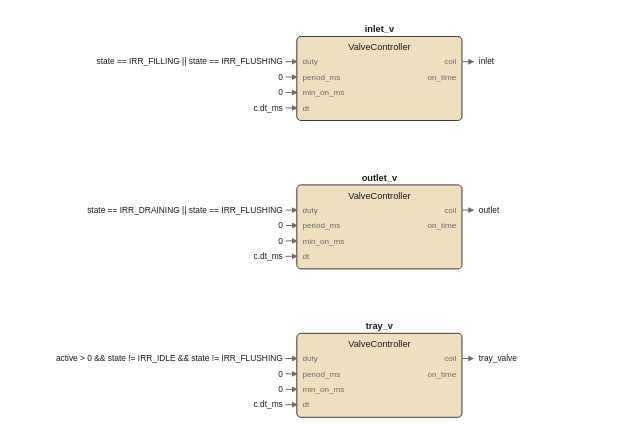
pstch/botanik2 keeps this draw.io diagram as images/logic/irr_valves_fbd.drawio.svg. Above is the earlier version. Source tidied: cells renumbered, new cells last; positions are measured from the earlier drawing's top-left corner, leaving out a move shared by most shapes.
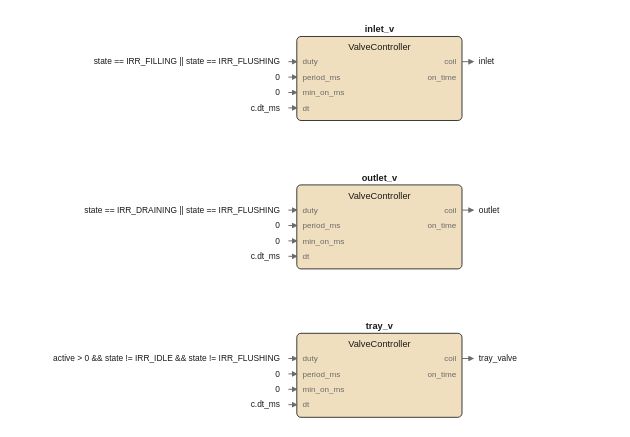
Above is the later version.

Diff of the diagram source:
```diff
@@ -83,27 +83,24 @@
     <mxCell id="28" value="on_time" style="text;html=1;whiteSpace=nowrap;fontSize=6;fontColor=#6b6b6b;align=right;verticalAlign=middle;" parent="1" vertex="1">
       <mxGeometry x="286.7" y="246.6" width="26.3" height="9.8" as="geometry" />
     </mxCell>
-    <mxCell id="29" style="edgeStyle=none;html=1;strokeColor=#6b6b6b;endArrow=block;" parent="1" edge="1">
+    <mxCell id="29" style="edgeStyle=none;html=1;strokeColor=#6b6b6b;endArrow=block;exitX=1;exitY=0.3;exitDx=0;exitDy=0;" parent="1" edge="1" source="2">
       <mxGeometry relative="1" as="geometry">
-        <mxPoint x="317" y="28" as="sourcePoint" />
         <mxPoint x="325" y="28" as="targetPoint" />
       </mxGeometry>
     </mxCell>
     <mxCell id="30" value="inlet" style="text;html=1;whiteSpace=nowrap;fontSize=6;fontColor=#1a1a1a;align=left;verticalAlign=middle;" parent="1" vertex="1">
       <mxGeometry x="329" y="23.5" width="20.5" height="10" as="geometry" />
     </mxCell>
-    <mxCell id="31" style="edgeStyle=none;html=1;strokeColor=#6b6b6b;endArrow=block;" parent="1" edge="1">
+    <mxCell id="31" style="edgeStyle=none;html=1;strokeColor=#6b6b6b;endArrow=block;exitX=1;exitY=0.3;exitDx=0;exitDy=0;" parent="1" edge="1" source="11">
       <mxGeometry relative="1" as="geometry">
-        <mxPoint x="317" y="134" as="sourcePoint" />
         <mxPoint x="325" y="134" as="targetPoint" />
       </mxGeometry>
     </mxCell>
     <mxCell id="32" value="outlet" style="text;html=1;whiteSpace=nowrap;fontSize=6;fontColor=#1a1a1a;align=left;verticalAlign=middle;" parent="1" vertex="1">
       <mxGeometry x="329" y="129.5" width="23.8" height="10" as="geometry" />
     </mxCell>
-    <mxCell id="33" style="edgeStyle=none;html=1;strokeColor=#6b6b6b;endArrow=block;" parent="1" edge="1">
+    <mxCell id="33" style="edgeStyle=none;html=1;strokeColor=#6b6b6b;endArrow=block;exitX=1;exitY=0.3;exitDx=0;exitDy=0;" parent="1" edge="1" source="20">
       <mxGeometry relative="1" as="geometry">
-        <mxPoint x="317" y="240" as="sourcePoint" />
         <mxPoint x="325" y="240" as="targetPoint" />
       </mxGeometry>
     </mxCell>
@@ -111,111 +108,99 @@
       <mxGeometry x="329" y="235.5" width="37" height="10" as="geometry" />
     </mxCell>
     <mxCell id="35" value="state == IRR_FILLING || state == IRR_FLUSHING" style="text;html=1;whiteSpace=nowrap;fontSize=6;fontColor=#1a1a1a;align=right;verticalAlign=middle;" parent="1" vertex="1">
-      <mxGeometry x="36.5" y="23.5" width="152.5" height="10" as="geometry" />
+      <mxGeometry x="34.5" y="23.5" width="152.5" height="10" as="geometry" />
     </mxCell>
-    <mxCell id="36" style="edgeStyle=none;html=1;strokeColor=#6b6b6b;endArrow=block;" parent="1" edge="1">
+    <mxCell id="36" style="edgeStyle=none;html=1;strokeColor=#6b6b6b;endArrow=block;entryX=0;entryY=0.3;entryDx=0;entryDy=0;" parent="1" edge="1" target="2">
       <mxGeometry relative="1" as="geometry">
-        <mxPoint x="191" y="28" as="sourcePoint" />
-        <mxPoint x="199" y="28" as="targetPoint" />
+        <mxPoint x="193" y="28" as="sourcePoint" />
       </mxGeometry>
     </mxCell>
     <mxCell id="37" value="0" style="text;html=1;whiteSpace=nowrap;fontSize=6;fontColor=#1a1a1a;align=right;verticalAlign=middle;" parent="1" vertex="1">
-      <mxGeometry x="169" y="34.5" width="20" height="10" as="geometry" />
+      <mxGeometry x="167" y="34.5" width="20" height="10" as="geometry" />
     </mxCell>
-    <mxCell id="38" style="edgeStyle=none;html=1;strokeColor=#6b6b6b;endArrow=block;" parent="1" edge="1">
+    <mxCell id="38" style="edgeStyle=none;html=1;strokeColor=#6b6b6b;endArrow=block;entryX=0;entryY=0.4833;entryDx=0;entryDy=0;" parent="1" edge="1" target="2">
       <mxGeometry relative="1" as="geometry">
-        <mxPoint x="191" y="39" as="sourcePoint" />
-        <mxPoint x="199" y="39" as="targetPoint" />
+        <mxPoint x="193" y="39" as="sourcePoint" />
       </mxGeometry>
     </mxCell>
     <mxCell id="39" value="0" style="text;html=1;whiteSpace=nowrap;fontSize=6;fontColor=#1a1a1a;align=right;verticalAlign=middle;" parent="1" vertex="1">
-      <mxGeometry x="169" y="45.5" width="20" height="10" as="geometry" />
+      <mxGeometry x="167" y="45.5" width="20" height="10" as="geometry" />
     </mxCell>
-    <mxCell id="40" style="edgeStyle=none;html=1;strokeColor=#6b6b6b;endArrow=block;" parent="1" edge="1">
+    <mxCell id="40" style="edgeStyle=none;html=1;strokeColor=#6b6b6b;endArrow=block;entryX=0;entryY=0.6667;entryDx=0;entryDy=0;" parent="1" edge="1" target="2">
       <mxGeometry relative="1" as="geometry">
-        <mxPoint x="191" y="50" as="sourcePoint" />
-        <mxPoint x="199" y="50" as="targetPoint" />
+        <mxPoint x="193" y="50" as="sourcePoint" />
       </mxGeometry>
     </mxCell>
     <mxCell id="41" value="c.dt_ms" style="text;html=1;whiteSpace=nowrap;fontSize=6;fontColor=#1a1a1a;align=right;verticalAlign=middle;" parent="1" vertex="1">
-      <mxGeometry x="161.9" y="56.5" width="27.1" height="10" as="geometry" />
+      <mxGeometry x="159.9" y="56.5" width="27.1" height="10" as="geometry" />
     </mxCell>
-    <mxCell id="42" style="edgeStyle=none;html=1;strokeColor=#6b6b6b;endArrow=block;" parent="1" edge="1">
+    <mxCell id="42" style="edgeStyle=none;html=1;strokeColor=#6b6b6b;endArrow=block;entryX=0;entryY=0.85;entryDx=0;entryDy=0;" parent="1" edge="1" target="2">
       <mxGeometry relative="1" as="geometry">
-        <mxPoint x="191" y="61" as="sourcePoint" />
-        <mxPoint x="199" y="61" as="targetPoint" />
+        <mxPoint x="193" y="61" as="sourcePoint" />
       </mxGeometry>
     </mxCell>
     <mxCell id="43" value="state == IRR_DRAINING || state == IRR_FLUSHING" style="text;html=1;whiteSpace=nowrap;fontSize=6;fontColor=#1a1a1a;align=right;verticalAlign=middle;" parent="1" vertex="1">
-      <mxGeometry x="33.2" y="129.5" width="155.8" height="10" as="geometry" />
+      <mxGeometry x="31.2" y="129.5" width="155.8" height="10" as="geometry" />
     </mxCell>
-    <mxCell id="44" style="edgeStyle=none;html=1;strokeColor=#6b6b6b;endArrow=block;" parent="1" edge="1">
+    <mxCell id="44" style="edgeStyle=none;html=1;strokeColor=#6b6b6b;endArrow=block;entryX=0;entryY=0.3;entryDx=0;entryDy=0;" parent="1" edge="1" target="11">
       <mxGeometry relative="1" as="geometry">
-        <mxPoint x="191" y="134" as="sourcePoint" />
-        <mxPoint x="199" y="134" as="targetPoint" />
+        <mxPoint x="193" y="134" as="sourcePoint" />
       </mxGeometry>
     </mxCell>
     <mxCell id="45" value="0" style="text;html=1;whiteSpace=nowrap;fontSize=6;fontColor=#1a1a1a;align=right;verticalAlign=middle;" parent="1" vertex="1">
-      <mxGeometry x="169" y="140.5" width="20" height="10" as="geometry" />
+      <mxGeometry x="167" y="140.5" width="20" height="10" as="geometry" />
     </mxCell>
-    <mxCell id="46" style="edgeStyle=none;html=1;strokeColor=#6b6b6b;endArrow=block;" parent="1" edge="1">
+    <mxCell id="46" style="edgeStyle=none;html=1;strokeColor=#6b6b6b;endArrow=block;entryX=0;entryY=0.4833;entryDx=0;entryDy=0;" parent="1" edge="1" target="11">
       <mxGeometry relative="1" as="geometry">
-        <mxPoint x="191" y="145" as="sourcePoint" />
-        <mxPoint x="199" y="145" as="targetPoint" />
+        <mxPoint x="193" y="145" as="sourcePoint" />
       </mxGeometry>
     </mxCell>
     <mxCell id="47" value="0" style="text;html=1;whiteSpace=nowrap;fontSize=6;fontColor=#1a1a1a;align=right;verticalAlign=middle;" parent="1" vertex="1">
-      <mxGeometry x="169" y="151.5" width="20" height="10" as="geometry" />
+      <mxGeometry x="167" y="151.5" width="20" height="10" as="geometry" />
     </mxCell>
-    <mxCell id="48" style="edgeStyle=none;html=1;strokeColor=#6b6b6b;endArrow=block;" parent="1" edge="1">
+    <mxCell id="48" style="edgeStyle=none;html=1;strokeColor=#6b6b6b;endArrow=block;entryX=0;entryY=0.6667;entryDx=0;entryDy=0;" parent="1" edge="1" target="11">
       <mxGeometry relative="1" as="geometry">
-        <mxPoint x="191" y="156" as="sourcePoint" />
-        <mxPoint x="199" y="156" as="targetPoint" />
+        <mxPoint x="193" y="156" as="sourcePoint" />
       </mxGeometry>
     </mxCell>
     <mxCell id="49" value="c.dt_ms" style="text;html=1;whiteSpace=nowrap;fontSize=6;fontColor=#1a1a1a;align=right;verticalAlign=middle;" parent="1" vertex="1">
-      <mxGeometry x="161.9" y="162.5" width="27.1" height="10" as="geometry" />
+      <mxGeometry x="159.9" y="162.5" width="27.1" height="10" as="geometry" />
     </mxCell>
-    <mxCell id="50" style="edgeStyle=none;html=1;strokeColor=#6b6b6b;endArrow=block;" parent="1" edge="1">
+    <mxCell id="50" style="edgeStyle=none;html=1;strokeColor=#6b6b6b;endArrow=block;entryX=0;entryY=0.85;entryDx=0;entryDy=0;" parent="1" edge="1" target="11">
       <mxGeometry relative="1" as="geometry">
-        <mxPoint x="191" y="167" as="sourcePoint" />
-        <mxPoint x="199" y="167" as="targetPoint" />
+        <mxPoint x="193" y="167" as="sourcePoint" />
       </mxGeometry>
     </mxCell>
     <mxCell id="51" value="active &gt; 0 &amp;&amp; state != IRR_IDLE &amp;&amp; state != IRR_FLUSHING" style="text;html=1;whiteSpace=nowrap;fontSize=6;fontColor=#1a1a1a;align=right;verticalAlign=middle;" parent="1" vertex="1">
-      <mxGeometry x="0.2" y="235.5" width="188.8" height="10" as="geometry" />
+      <mxGeometry x="-1.8" y="235.5" width="188.8" height="10" as="geometry" />
     </mxCell>
-    <mxCell id="52" style="edgeStyle=none;html=1;strokeColor=#6b6b6b;endArrow=block;" parent="1" edge="1">
+    <mxCell id="52" style="edgeStyle=none;html=1;strokeColor=#6b6b6b;endArrow=block;entryX=0;entryY=0.3;entryDx=0;entryDy=0;" parent="1" edge="1" target="20">
       <mxGeometry relative="1" as="geometry">
-        <mxPoint x="191" y="240" as="sourcePoint" />
-        <mxPoint x="199" y="240" as="targetPoint" />
+        <mxPoint x="193" y="240" as="sourcePoint" />
       </mxGeometry>
     </mxCell>
     <mxCell id="53" value="0" style="text;html=1;whiteSpace=nowrap;fontSize=6;fontColor=#1a1a1a;align=right;verticalAlign=middle;" parent="1" vertex="1">
-      <mxGeometry x="169" y="246.5" width="20" height="10" as="geometry" />
+      <mxGeometry x="167" y="246.5" width="20" height="10" as="geometry" />
     </mxCell>
-    <mxCell id="54" style="edgeStyle=none;html=1;strokeColor=#6b6b6b;endArrow=block;" parent="1" edge="1">
+    <mxCell id="54" style="edgeStyle=none;html=1;strokeColor=#6b6b6b;endArrow=block;entryX=0;entryY=0.4833;entryDx=0;entryDy=0;" parent="1" edge="1" target="20">
       <mxGeometry relative="1" as="geometry">
-        <mxPoint x="191" y="251" as="sourcePoint" />
-        <mxPoint x="199" y="251" as="targetPoint" />
+        <mxPoint x="193" y="251" as="sourcePoint" />
       </mxGeometry>
     </mxCell>
     <mxCell id="55" value="0" style="text;html=1;whiteSpace=nowrap;fontSize=6;fontColor=#1a1a1a;align=right;verticalAlign=middle;" parent="1" vertex="1">
-      <mxGeometry x="169" y="257.5" width="20" height="10" as="geometry" />
+      <mxGeometry x="167" y="257.5" width="20" height="10" as="geometry" />
     </mxCell>
-    <mxCell id="56" style="edgeStyle=none;html=1;strokeColor=#6b6b6b;endArrow=block;" parent="1" edge="1">
+    <mxCell id="56" style="edgeStyle=none;html=1;strokeColor=#6b6b6b;endArrow=block;entryX=0;entryY=0.6667;entryDx=0;entryDy=0;" parent="1" edge="1" target="20">
       <mxGeometry relative="1" as="geometry">
-        <mxPoint x="191" y="262" as="sourcePoint" />
-        <mxPoint x="199" y="262" as="targetPoint" />
+        <mxPoint x="193" y="262" as="sourcePoint" />
       </mxGeometry>
     </mxCell>
     <mxCell id="57" value="c.dt_ms" style="text;html=1;whiteSpace=nowrap;fontSize=6;fontColor=#1a1a1a;align=right;verticalAlign=middle;" parent="1" vertex="1">
-      <mxGeometry x="161.9" y="268.5" width="27.1" height="10" as="geometry" />
+      <mxGeometry x="159.9" y="268.5" width="27.1" height="10" as="geometry" />
     </mxCell>
-    <mxCell id="58" style="edgeStyle=none;html=1;strokeColor=#6b6b6b;endArrow=block;" parent="1" edge="1">
+    <mxCell id="58" style="edgeStyle=none;html=1;strokeColor=#6b6b6b;endArrow=block;entryX=0;entryY=0.85;entryDx=0;entryDy=0;" parent="1" edge="1" target="20">
       <mxGeometry relative="1" as="geometry">
-        <mxPoint x="191" y="273" as="sourcePoint" />
-        <mxPoint x="199" y="273" as="targetPoint" />
+        <mxPoint x="193" y="273" as="sourcePoint" />
       </mxGeometry>
     </mxCell>
   </root>
```
